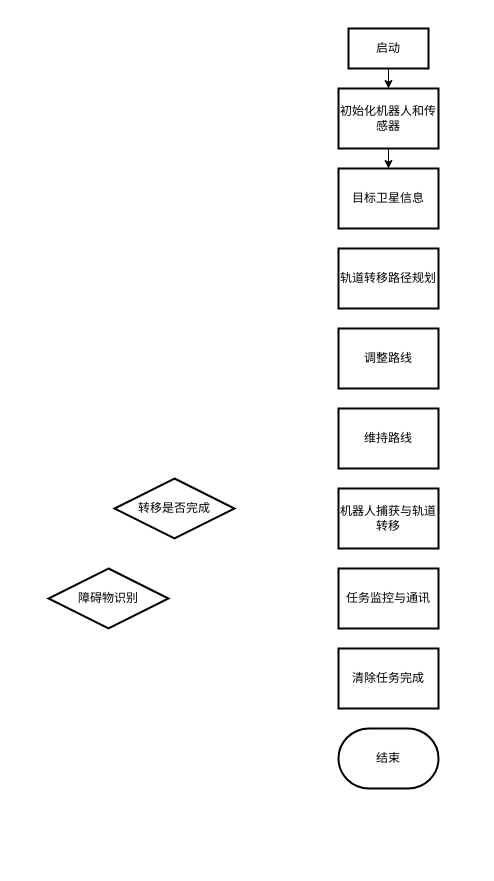
Before: 空间机器人设计流程.drawio in debeetle/Drawio, a draw.io diagram. Source tidied: cells renumbered, new cells numbered last; positions are measured from the earlier drawing's top-left corner, leaving out a move shared by most shapes. Both pictures are drawn from the tidied source at 100%, with x=0, y=0 at pixel (48, 28).
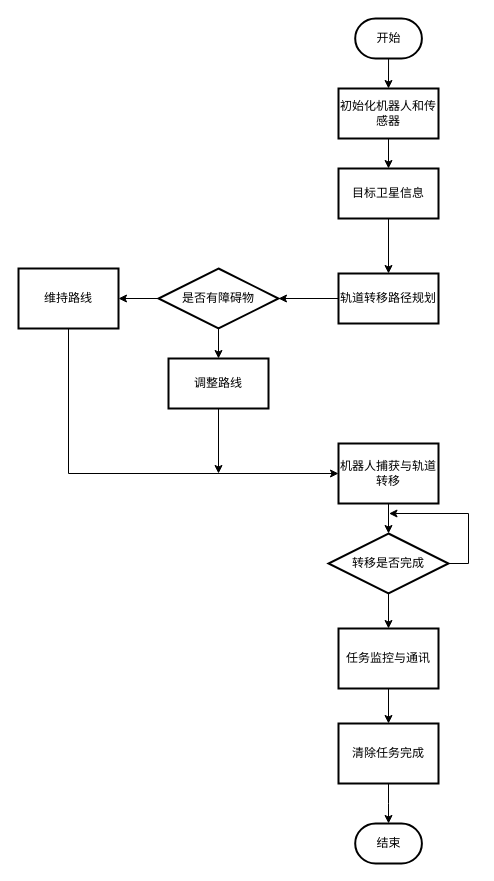
The same page after the edit.

Commit message:
Update 空间机器人设计流程.drawio

Change to the diagram source:
```diff
@@
-    <mxCell id="2" style="edgeStyle=orthogonalEdgeStyle;rounded=0;jettySize=auto;html=1;exitX=0.5;exitY=1;exitDx=0;exitDy=0;entryX=0.5;entryY=0;entryDx=0;entryDy=0;" parent="1" edge="1" source="3" target="5">
-      <mxGeometry relative="1" as="geometry" />
-    </mxCell>
-    <mxCell id="3" value="&lt;font&gt;启动&lt;/font&gt;" style="rounded=0;whiteSpace=wrap;html=1;strokeWidth=2;fontFamily=STZhongsong;" parent="1" vertex="1">
-      <mxGeometry x="300" width="80" height="40" as="geometry" />
-    </mxCell>
@@
     <mxCell id="5" value="&lt;font&gt;初始化机器人和传感器&lt;/font&gt;" style="rounded=0;whiteSpace=wrap;html=1;strokeWidth=2;fontFamily=STZhongsong;" parent="1" vertex="1">
-      <mxGeometry x="290" y="60" width="100" height="60" as="geometry" />
+      <mxGeometry x="290" y="60" width="100" height="50" as="geometry" />
     </mxCell>
+    <mxCell id="16" style="edgeStyle=orthogonalEdgeStyle;rounded=0;jettySize=auto;html=1;exitX=0.5;exitY=1;exitDx=0;exitDy=0;entryX=0.5;entryY=0;entryDx=0;entryDy=0;" parent="1" edge="1" source="6" target="7">
+      <mxGeometry relative="1" as="geometry" />
+    </mxCell>
     <mxCell id="6" value="&lt;font&gt;目标卫星信息&lt;/font&gt;" style="rounded=0;whiteSpace=wrap;html=1;strokeWidth=2;fontFamily=STZhongsong;" parent="1" vertex="1">
-      <mxGeometry x="290" y="140" width="100" height="60" as="geometry" />
+      <mxGeometry x="290" y="140" width="100" height="50" as="geometry" />
     </mxCell>
+    <mxCell id="17" style="edgeStyle=orthogonalEdgeStyle;rounded=0;jettySize=auto;html=1;exitX=0;exitY=0.5;exitDx=0;exitDy=0;entryX=1;entryY=0.5;entryDx=0;entryDy=0;" parent="1" edge="1" source="7" target="12">
+      <mxGeometry relative="1" as="geometry" />
+    </mxCell>
     <mxCell id="7" value="&lt;font&gt;轨道转移路径规划&lt;/font&gt;" style="rounded=0;whiteSpace=wrap;html=1;strokeWidth=2;fontFamily=STZhongsong;" parent="1" vertex="1">
-      <mxGeometry x="290" y="220" width="100" height="60" as="geometry" />
+      <mxGeometry x="290" y="245" width="100" height="50" as="geometry" />
     </mxCell>
+    <mxCell id="18" style="edgeStyle=orthogonalEdgeStyle;rounded=0;jettySize=auto;html=1;exitX=0.5;exitY=1;exitDx=0;exitDy=0;" parent="1" edge="1" source="8">
+      <mxGeometry relative="1" as="geometry">
+        <mxPoint x="170" y="445" as="targetPoint" />
+      </mxGeometry>
+    </mxCell>
     <mxCell id="8" value="&lt;font&gt;调整路线&lt;/font&gt;" style="rounded=0;whiteSpace=wrap;html=1;strokeWidth=2;fontFamily=STZhongsong;" parent="1" vertex="1">
-      <mxGeometry x="290" y="300" width="100" height="60" as="geometry" />
+      <mxGeometry x="120" y="330" width="100" height="50" as="geometry" />
     </mxCell>
+    <mxCell id="19" style="edgeStyle=orthogonalEdgeStyle;rounded=0;jettySize=auto;html=1;exitX=0.5;exitY=1;exitDx=0;exitDy=0;entryX=0;entryY=0.5;entryDx=0;entryDy=0;" parent="1" edge="1" source="9" target="10">
+      <mxGeometry relative="1" as="geometry" />
+    </mxCell>
     <mxCell id="9" value="&lt;font&gt;维持路线&lt;/font&gt;" style="rounded=0;whiteSpace=wrap;html=1;strokeWidth=2;fontFamily=STZhongsong;" parent="1" vertex="1">
-      <mxGeometry x="290" y="380" width="100" height="60" as="geometry" />
+      <mxGeometry x="-30" y="240" width="100" height="60" as="geometry" />
     </mxCell>
+    <mxCell id="20" style="edgeStyle=orthogonalEdgeStyle;rounded=0;jettySize=auto;html=1;exitX=0.5;exitY=1;exitDx=0;exitDy=0;entryX=0.5;entryY=0;entryDx=0;entryDy=0;" parent="1" edge="1" source="10" target="11">
+      <mxGeometry relative="1" as="geometry" />
+    </mxCell>
     <mxCell id="10" value="&lt;font&gt;机器人捕获与轨道转移&lt;/font&gt;" style="rounded=0;whiteSpace=wrap;html=1;strokeWidth=2;fontFamily=STZhongsong;" parent="1" vertex="1">
-      <mxGeometry x="290" y="460" width="100" height="60" as="geometry" />
+      <mxGeometry x="290" y="415" width="100" height="60" as="geometry" />
     </mxCell>
+    <mxCell id="21" style="edgeStyle=orthogonalEdgeStyle;rounded=0;jettySize=auto;html=1;exitX=1;exitY=0.5;exitDx=0;exitDy=0;" parent="1" edge="1" source="11">
+      <mxGeometry relative="1" as="geometry">
+        <mxPoint x="340" y="485" as="targetPoint" />
+      </mxGeometry>
+    </mxCell>
+    <mxCell id="22" style="edgeStyle=orthogonalEdgeStyle;rounded=0;jettySize=auto;html=1;exitX=0.5;exitY=1;exitDx=0;exitDy=0;entryX=0.5;entryY=0;entryDx=0;entryDy=0;" parent="1" edge="1" source="11" target="13">
+      <mxGeometry relative="1" as="geometry" />
+    </mxCell>
     <mxCell id="11" value="&lt;font&gt;转移是否完成&lt;/font&gt;" style="rhombus;whiteSpace=wrap;html=1;strokeWidth=2;fontFamily=STZhongsong;" parent="1" vertex="1">
-      <mxGeometry x="66" y="450" width="120" height="60" as="geometry" />
+      <mxGeometry x="280" y="505" width="120" height="60" as="geometry" />
     </mxCell>
+    <mxCell id="23" style="edgeStyle=orthogonalEdgeStyle;rounded=0;jettySize=auto;html=1;exitX=0;exitY=0.5;exitDx=0;exitDy=0;entryX=1;entryY=0.5;entryDx=0;entryDy=0;" parent="1" edge="1" source="12" target="9">
+      <mxGeometry relative="1" as="geometry" />
+    </mxCell>
+    <mxCell id="24" style="edgeStyle=orthogonalEdgeStyle;rounded=0;jettySize=auto;html=1;exitX=0.5;exitY=1;exitDx=0;exitDy=0;entryX=0.5;entryY=0;entryDx=0;entryDy=0;" parent="1" edge="1" source="12" target="8">
+      <mxGeometry relative="1" as="geometry" />
+    </mxCell>
-    <mxCell id="12" value="&lt;font&gt;障碍物识别&lt;/font&gt;" style="rhombus;whiteSpace=wrap;html=1;strokeWidth=2;fontFamily=STZhongsong;" parent="1" vertex="1">
-      <mxGeometry y="540" width="120" height="60" as="geometry" />
+    <mxCell id="12" value="&lt;font&gt;是否有障碍物&lt;/font&gt;" style="rhombus;whiteSpace=wrap;html=1;strokeWidth=2;fontFamily=STZhongsong;" parent="1" vertex="1">
+      <mxGeometry x="110" y="240" width="120" height="60" as="geometry" />
     </mxCell>
+    <mxCell id="25" style="edgeStyle=orthogonalEdgeStyle;rounded=0;jettySize=auto;html=1;exitX=0.5;exitY=1;exitDx=0;exitDy=0;entryX=0.5;entryY=0;entryDx=0;entryDy=0;" parent="1" edge="1" source="13" target="14">
+      <mxGeometry relative="1" as="geometry" />
+    </mxCell>
     <mxCell id="13" value="&lt;font&gt;任务监控与通讯&lt;/font&gt;" style="rounded=0;whiteSpace=wrap;html=1;strokeWidth=2;fontFamily=STZhongsong;" parent="1" vertex="1">
-      <mxGeometry x="290" y="540" width="100" height="60" as="geometry" />
+      <mxGeometry x="290" y="600" width="100" height="60" as="geometry" />
     </mxCell>
     <mxCell id="14" value="&lt;font&gt;清除任务完成&lt;/font&gt;" style="rounded=0;whiteSpace=wrap;html=1;strokeWidth=2;fontFamily=STZhongsong;" parent="1" vertex="1">
-      <mxGeometry x="290" y="620" width="100" height="60" as="geometry" />
+      <mxGeometry x="290" y="695" width="100" height="60" as="geometry" />
     </mxCell>
     <mxCell id="15" value="结束" style="strokeWidth=2;html=1;shape=mxgraph.flowchart.terminator;whiteSpace=wrap;fontFamily=STZhongsong;" parent="1" vertex="1">
-      <mxGeometry x="290" y="700" width="100" height="60" as="geometry" />
+      <mxGeometry x="306.7" y="795" width="66.7" height="40" as="geometry" />
     </mxCell>
+    <mxCell id="26" style="edgeStyle=orthogonalEdgeStyle;rounded=0;jettySize=auto;html=1;exitX=0.5;exitY=1;exitDx=0;exitDy=0;exitPerimeter=0;entryX=0.5;entryY=0;entryDx=0;entryDy=0;" parent="1" edge="1" source="27" target="5">
+      <mxGeometry relative="1" as="geometry" />
+    </mxCell>
+    <mxCell id="27" value="开始" style="strokeWidth=2;html=1;shape=mxgraph.flowchart.terminator;whiteSpace=wrap;fontFamily=STZhongsong;" parent="1" vertex="1">
+      <mxGeometry x="306.7" y="-10" width="66.7" height="40" as="geometry" />
+    </mxCell>
+    <mxCell id="28" style="edgeStyle=orthogonalEdgeStyle;rounded=0;jettySize=auto;html=1;exitX=0.5;exitY=1;exitDx=0;exitDy=0;entryX=0.5;entryY=0;entryDx=0;entryDy=0;entryPerimeter=0;" parent="1" edge="1" source="14" target="15">
+      <mxGeometry relative="1" as="geometry" />
+    </mxCell>
```
